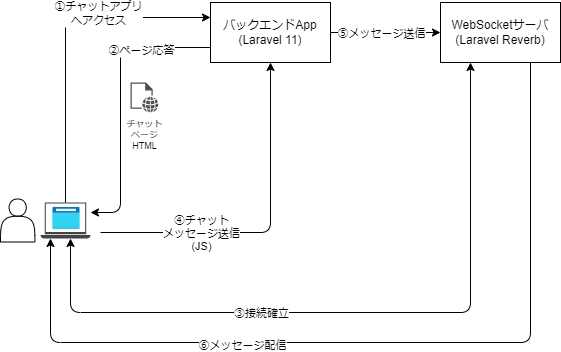
Earlier version of the draw.io export docs/minimum_chat_app.drawio.png (rensa-skodani/minimum-chat-app). Source tidied: cells renumbered, new cells last; positions are measured from the earlier drawing's top-left corner, leaving out a move shared by most shapes. Source of this version:
```xml
<mxGraphModel>
  <root>
    <mxCell id="0" />
    <mxCell id="1" parent="0" />
    <mxCell id="2" value="WebSocketサーバ&lt;br&gt;(Laravel Reverb)" style="rounded=0;whiteSpace=wrap;html=1;" parent="1" vertex="1">
      <mxGeometry x="440" width="120" height="60" as="geometry" />
    </mxCell>
    <mxCell id="3" value="バックエンドApp&lt;br&gt;(Laravel 11)" style="rounded=0;whiteSpace=wrap;html=1;" parent="1" vertex="1">
      <mxGeometry x="210" width="120" height="60" as="geometry" />
    </mxCell>
    <mxCell id="4" style="shape=actor;whiteSpace=wrap;html=1;" parent="1" vertex="1">
      <mxGeometry y="196.5" width="34.4" height="43" as="geometry" />
    </mxCell>
    <mxCell id="5" style="sketch=0;shadow=0;dashed=0;html=1;strokeColor=none;fillColor=#434445;labelPosition=center;verticalLabelPosition=bottom;verticalAlign=top;align=center;outlineConnect=0;shape=mxgraph.vvd.laptop;" parent="1" vertex="1">
      <mxGeometry x="40" y="200" width="50" height="36" as="geometry" />
    </mxCell>
    <mxCell id="6" style="endArrow=classic;html=1;entryX=0;entryY=0.25;entryDx=0;entryDy=0;edgeStyle=orthogonalEdgeStyle;" parent="1" edge="1" source="5" target="3">
      <mxGeometry relative="1" as="geometry">
        <Array as="points">
          <mxPoint x="65" y="15" />
        </Array>
      </mxGeometry>
    </mxCell>
    <mxCell id="7" value="①チャットアプリ&lt;br&gt;へアクセス" style="edgeLabel;html=1;align=center;verticalAlign=middle;" parent="6" vertex="1">
      <mxGeometry x="0.28" y="3" relative="1" as="geometry">
        <mxPoint x="5" y="-2" as="offset" />
      </mxGeometry>
    </mxCell>
    <mxCell id="8" style="endArrow=classic;html=1;exitX=0;exitY=0.75;exitDx=0;exitDy=0;edgeStyle=orthogonalEdgeStyle;" parent="1" edge="1" source="3" target="5">
      <mxGeometry relative="1" as="geometry">
        <Array as="points">
          <mxPoint x="120" y="45" />
          <mxPoint x="120" y="210" />
        </Array>
      </mxGeometry>
    </mxCell>
    <mxCell id="9" value="②ページ応答" style="edgeLabel;html=1;align=center;verticalAlign=middle;" parent="8" vertex="1">
      <mxGeometry x="-0.26" y="4" relative="1" as="geometry">
        <mxPoint x="16" y="-14" as="offset" />
      </mxGeometry>
    </mxCell>
    <mxCell id="10" value="チャット&lt;br style=&quot;font-size: 9px;&quot;&gt;ページ&lt;br style=&quot;font-size: 9px;&quot;&gt;HTML" style="sketch=0;shadow=0;dashed=0;html=1;strokeColor=none;fillColor=#505050;labelPosition=center;verticalLabelPosition=bottom;verticalAlign=top;align=center;shape=mxgraph.office.concepts.web_page;fontSize=9;" parent="1" vertex="1">
      <mxGeometry x="130" y="80" width="27.8" height="30" as="geometry" />
    </mxCell>
    <mxCell id="11" style="endArrow=classic;html=1;entryX=0.5;entryY=1;entryDx=0;entryDy=0;edgeStyle=orthogonalEdgeStyle;" parent="1" edge="1" target="3">
      <mxGeometry relative="1" as="geometry">
        <mxPoint x="100" y="230" as="sourcePoint" />
      </mxGeometry>
    </mxCell>
    <mxCell id="12" value="④チャット&lt;br&gt;メッセージ送信&lt;br&gt;(JS)" style="edgeLabel;html=1;align=center;verticalAlign=middle;" parent="11" vertex="1">
      <mxGeometry x="-0.3" y="3" relative="1" as="geometry">
        <mxPoint x="-19" y="3" as="offset" />
      </mxGeometry>
    </mxCell>
    <mxCell id="13" style="endArrow=classic;startArrow=classic;html=1;entryX=0.25;entryY=1;entryDx=0;entryDy=0;edgeStyle=orthogonalEdgeStyle;" parent="1" edge="1" source="5" target="2">
      <mxGeometry relative="1" as="geometry">
        <Array as="points">
          <mxPoint x="70" y="310" />
          <mxPoint x="470" y="310" />
        </Array>
      </mxGeometry>
    </mxCell>
    <mxCell id="14" value="③接続確立" style="edgeLabel;html=1;align=center;verticalAlign=middle;" parent="13" vertex="1">
      <mxGeometry x="-0.59" y="-2" relative="1" as="geometry">
        <mxPoint x="114" y="-2" as="offset" />
      </mxGeometry>
    </mxCell>
    <mxCell id="15" style="endArrow=classic;html=1;exitX=1;exitY=0.5;exitDx=0;exitDy=0;entryX=0;entryY=0.5;entryDx=0;entryDy=0;" parent="1" edge="1" source="3" target="2">
      <mxGeometry relative="1" as="geometry" />
    </mxCell>
    <mxCell id="16" value="⑤メッセージ送信" style="edgeLabel;html=1;align=center;verticalAlign=middle;" parent="15" vertex="1">
      <mxGeometry x="-0.45" relative="1" as="geometry">
        <mxPoint x="20" as="offset" />
      </mxGeometry>
    </mxCell>
    <mxCell id="17" style="html=1;align=center;image;fontSize=12;image=img/lib/azure2/general/Browser.svg;" parent="1" vertex="1">
      <mxGeometry x="52.2" y="205" width="27.5" height="22" as="geometry" />
    </mxCell>
    <mxCell id="18" style="endArrow=classic;html=1;exitX=0.75;exitY=1;exitDx=0;exitDy=0;edgeStyle=orthogonalEdgeStyle;" parent="1" edge="1" source="2" target="5">
      <mxGeometry relative="1" as="geometry">
        <Array as="points">
          <mxPoint x="530" y="340" />
          <mxPoint x="50" y="340" />
        </Array>
      </mxGeometry>
    </mxCell>
    <mxCell id="19" value="⑥メッセージ配信" style="edgeLabel;html=1;align=center;verticalAlign=middle;" parent="18" vertex="1">
      <mxGeometry x="0.32" y="2" relative="1" as="geometry" />
    </mxCell>
  </root>
</mxGraphModel>
```
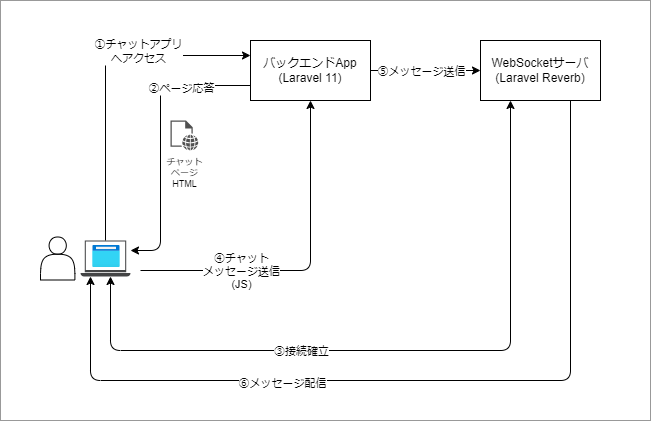
Above is the later version.

What changed in the source:
```diff
@@ -2,6 +2,9 @@
   <root>
     <mxCell id="0" />
     <mxCell id="1" parent="0" />
+    <mxCell id="20" style="rounded=0;whiteSpace=wrap;html=1;strokeWidth=1;strokeColor=#999999;" parent="1" vertex="1">
+      <mxGeometry x="-40" y="-40" width="650" height="420" as="geometry" />
+    </mxCell>
     <mxCell id="2" value="WebSocketサーバ&lt;br&gt;(Laravel Reverb)" style="rounded=0;whiteSpace=wrap;html=1;" parent="1" vertex="1">
       <mxGeometry x="440" width="120" height="60" as="geometry" />
     </mxCell>
```
